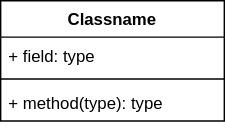
Before: Class Diagram.drawio.svg, a diagram exported from draw.io (Zaeem6100/FYP-Documents). Source tidied: cells renumbered, new cells last; positions are measured from the earlier drawing's top-left corner, leaving out a move shared by most shapes.
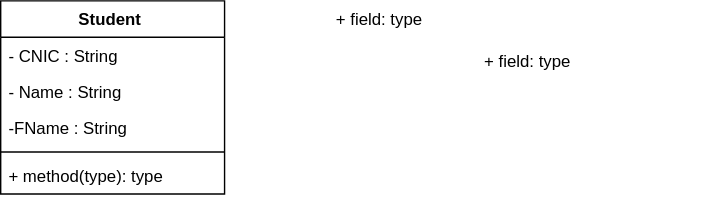
After the commit.

Diff of the diagram source:
```diff
@@ -2,17 +2,29 @@
   <root>
     <mxCell id="0" />
     <mxCell id="1" parent="0" />
-    <mxCell id="2" value="Classname" style="swimlane;fontStyle=1;align=center;verticalAlign=top;horizontal=1;startSize=26;" parent="1" vertex="1">
-      <mxGeometry width="160" height="86" as="geometry" />
+    <mxCell id="2" value="Student " style="swimlane;fontStyle=1;align=center;verticalAlign=top;horizontal=1;startSize=26;" parent="1" vertex="1">
+      <mxGeometry width="160" height="138" as="geometry" />
     </mxCell>
-    <mxCell id="3" value="+ field: type" style="text;strokeColor=none;fillColor=none;align=left;verticalAlign=top;spacingLeft=4;spacingRight=4;overflow=hidden;" parent="2" vertex="1">
+    <mxCell id="3" value="- CNIC : String&#10; " style="text;strokeColor=none;fillColor=none;align=left;verticalAlign=top;spacingLeft=4;spacingRight=4;overflow=hidden;" parent="2" vertex="1">
       <mxGeometry y="26" width="160" height="26" as="geometry" />
     </mxCell>
+    <mxCell id="6" value="- Name : String" style="text;strokeColor=none;fillColor=none;align=left;verticalAlign=top;spacingLeft=4;spacingRight=4;overflow=hidden;" parent="2" vertex="1">
+      <mxGeometry y="52" width="160" height="26" as="geometry" />
+    </mxCell>
+    <mxCell id="7" value="-FName : String" style="text;strokeColor=none;fillColor=none;align=left;verticalAlign=top;spacingLeft=4;spacingRight=4;overflow=hidden;" parent="2" vertex="1">
+      <mxGeometry y="78" width="160" height="26" as="geometry" />
+    </mxCell>
     <mxCell id="4" style="line;strokeWidth=1;fillColor=none;align=left;verticalAlign=middle;spacingTop=-1;spacingLeft=3;spacingRight=3;labelPosition=right;" parent="2" vertex="1">
-      <mxGeometry y="52" width="160" height="8" as="geometry" />
+      <mxGeometry y="104" width="160" height="8" as="geometry" />
     </mxCell>
     <mxCell id="5" value="+ method(type): type" style="text;strokeColor=none;fillColor=none;align=left;verticalAlign=top;spacingLeft=4;spacingRight=4;overflow=hidden;" parent="2" vertex="1">
-      <mxGeometry y="60" width="160" height="26" as="geometry" />
+      <mxGeometry y="112" width="160" height="26" as="geometry" />
     </mxCell>
+    <mxCell id="8" value="+ field: type" style="text;strokeColor=none;fillColor=none;align=left;verticalAlign=top;spacingLeft=4;spacingRight=4;overflow=hidden;" parent="1" vertex="1">
+      <mxGeometry x="340" y="30" width="160" height="26" as="geometry" />
+    </mxCell>
+    <mxCell id="9" value="+ field: type" style="text;strokeColor=none;fillColor=none;align=left;verticalAlign=top;spacingLeft=4;spacingRight=4;overflow=hidden;" parent="1" vertex="1">
+      <mxGeometry x="234" width="160" height="26" as="geometry" />
+    </mxCell>
   </root>
 </mxGraphModel>
```
